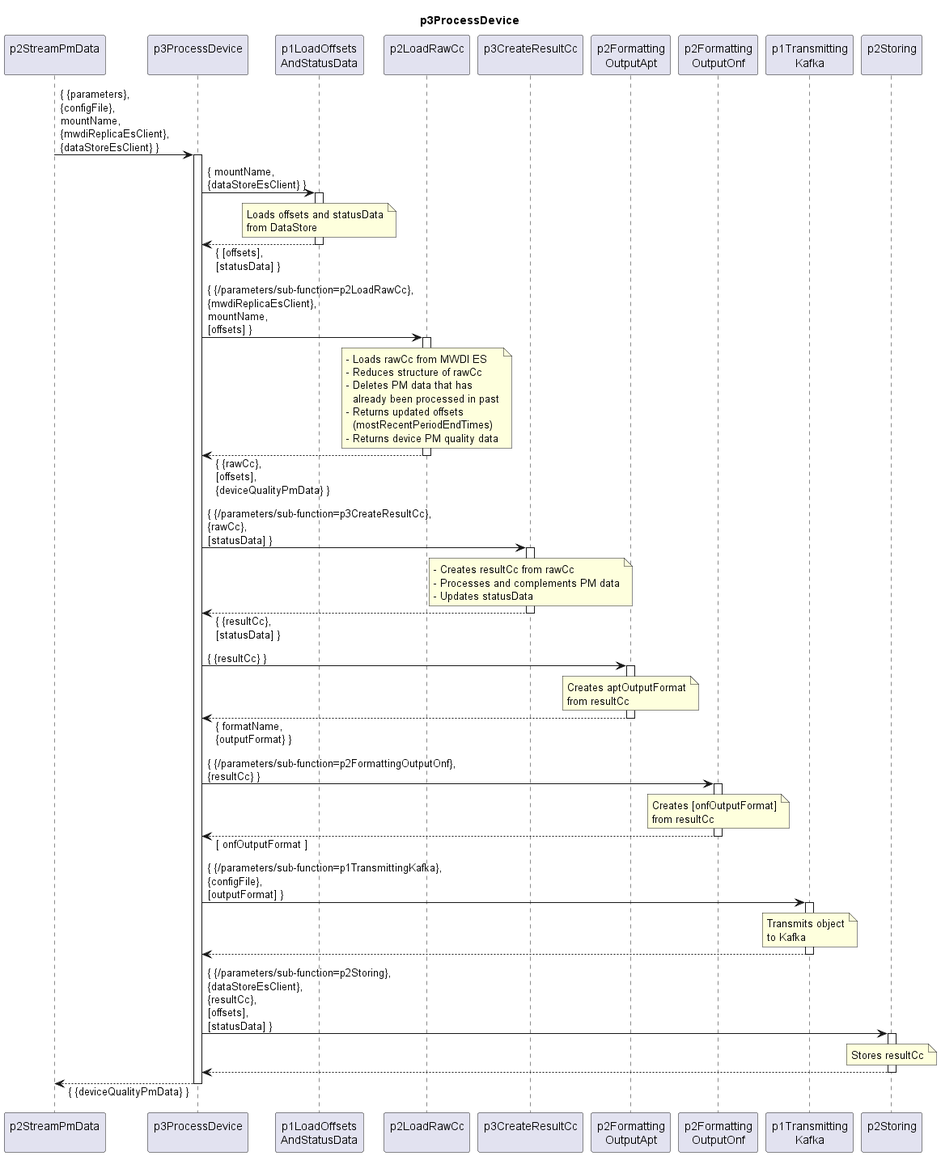
openBackhaul/DevicePerformanceManagementDataProcessor keeps this PlantUML diagram as spec/Functions/p2StreamPmData/p3ProcessDevice/1.0.0/p3ProcessDevice.png. Above is the earlier version.
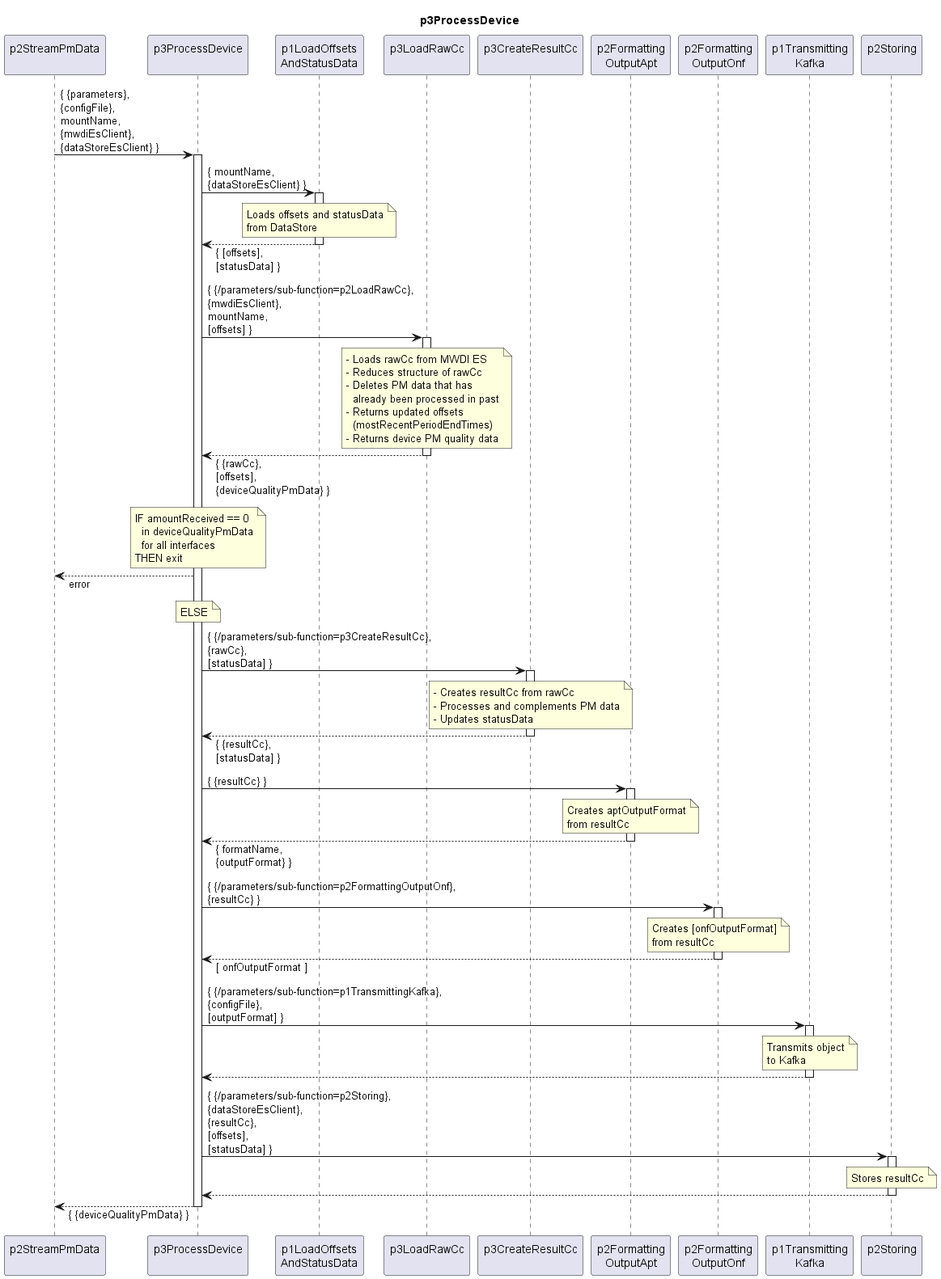
After the commit.

What changed in the source:
```diff
@@ -8,14 +8,14 @@
 participant "p2StreamPmData\n" as requestor
 participant "p3ProcessDevice\n" as cur
 participant "p1LoadOffsets\nAndStatusData" as p1Offset
-participant "p2LoadRawCc\n" as p2AddRaw
+participant "p3LoadRawCc\n" as p3AddRaw
 participant "p3CreateResultCc\n" as p3CreateResCc
 participant "p2Formatting\nOutputApt" as p2OutputApt
 participant "p2Formatting\nOutputOnf" as p2OutputOnf
 participant "p1Transmitting\nKafka" as p1Trans
 participant "p2Storing\n" as p2Store
 
-requestor -> cur : { {parameters},\n{configFile},\nmountName,\n{mwdiReplicaEsClient},\n{dataStoreEsClient} }
+requestor -> cur : { {parameters},\n{configFile},\nmountName,\n{mwdiEsClient},\n{dataStoreEsClient} }
 activate cur
 
   cur -> p1Offset: { mountName,\n{dataStoreEsClient} }
@@ -29,10 +29,10 @@
   cur <-- p1Offset: { [offsets],\n[statusData] }
   deactivate p1Offset
 
-  cur -> p2AddRaw : { {/parameters/sub-function=p2LoadRawCc},\n{mwdiReplicaEsClient},\nmountName,\n[offsets] }
-  activate p2AddRaw
+  cur -> p3AddRaw : { {/parameters/sub-function=p2LoadRawCc},\n{mwdiEsClient},\nmountName,\n[offsets] }
+  activate p3AddRaw
 
-    note over p2AddRaw
+    note over p3AddRaw
       - Loads rawCc from MWDI ES
       - Reduces structure of rawCc
       - Deletes PM data that has
@@ -42,8 +42,20 @@
       - Returns device PM quality data
     end note
 
-  cur <-- p2AddRaw : { {rawCc},\n[offsets],\n{deviceQualityPmData} }
-  deactivate p2AddRaw
+  cur <-- p3AddRaw : { {rawCc},\n[offsets],\n{deviceQualityPmData} }
+  deactivate p3AddRaw
+
+  note over cur
+    IF amountReceived == 0
+      in deviceQualityPmData
+      for all interfaces
+    THEN exit
+  end note
+  requestor <-- cur: error
+
+  note over cur
+    ELSE
+  end note
 
   cur -> p3CreateResCc : { {/parameters/sub-function=p3CreateResultCc},\n{rawCc},\n[statusData] }
   activate p3CreateResCc
```
